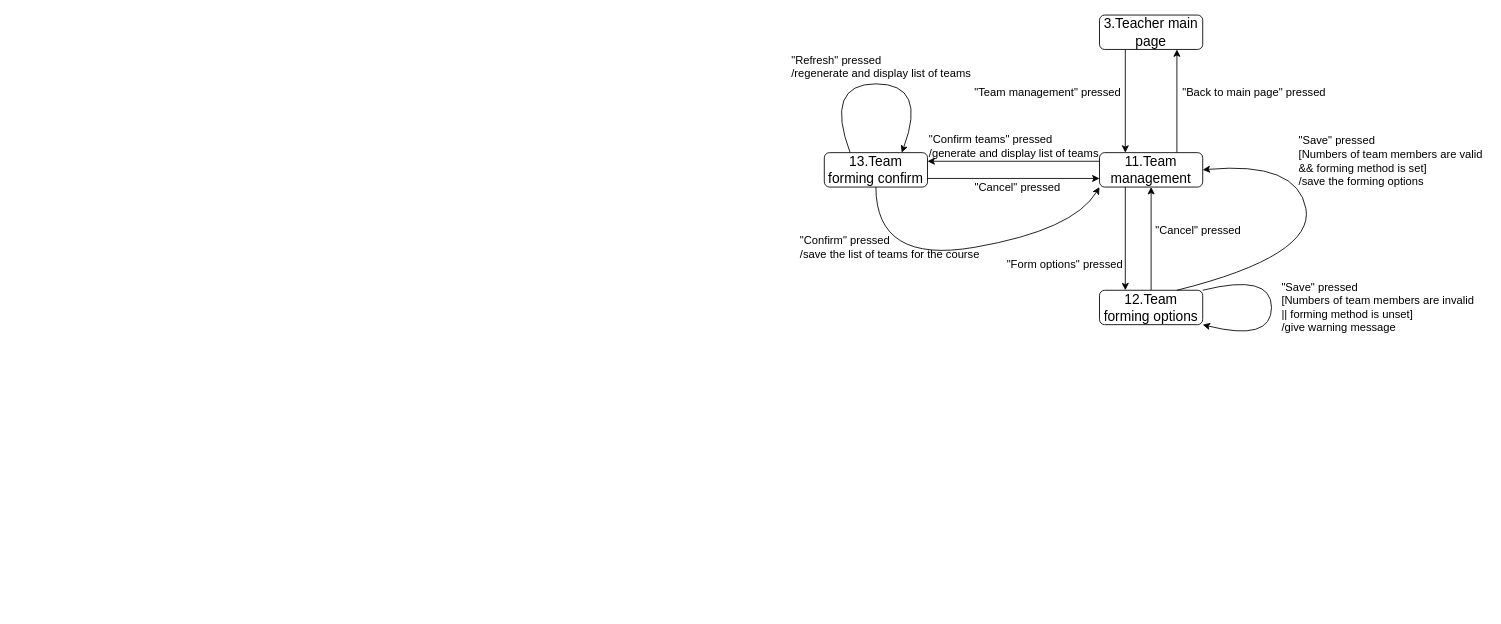
ShyScott/Air keeps this draw.io diagram as Documents/Specifications/Diagrams/3.4_FormTeams.drawio. Above is the earlier version. Source tidied: cells renumbered, new cells numbered last; positions are measured from the earlier drawing's top-left corner, leaving out a move shared by most shapes. Both pictures are drawn from the tidied source at 86%, with x=0, y=0 at pixel (789, 15).
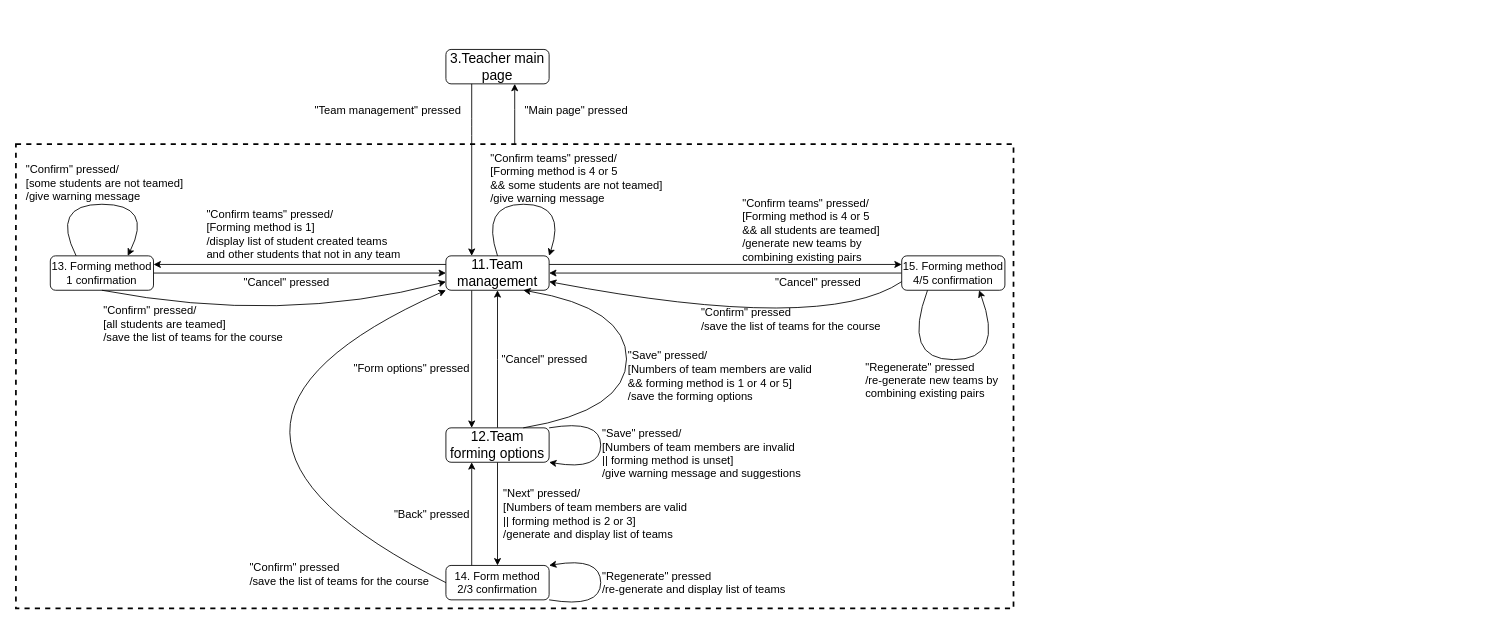
The same page after the edit.

Change to the diagram source:
```diff
@@
-    <mxCell id="2" style="edgeStyle=orthogonalEdgeStyle;rounded=0;jettySize=auto;html=1;exitX=0.25;exitY=1;exitDx=0;exitDy=0;entryX=0.25;entryY=0;entryDx=0;entryDy=0;" parent="1" edge="1" source="3" target="6">
-      <mxGeometry relative="1" as="geometry" />
-    </mxCell>
+    <mxCell id="26" style="rounded=0;whiteSpace=wrap;html=1;align=right;fillColor=none;dashed=1;strokeWidth=2;" parent="1" vertex="1">
+      <mxGeometry x="-900" y="150" width="1160" height="540" as="geometry" />
+    </mxCell>
     <mxCell id="3" value="&lt;font style=&quot;font-size: 16px&quot;&gt;3.Teacher main page&lt;/font&gt;" style="rounded=1;whiteSpace=wrap;html=1;" parent="1" vertex="1">
-      <mxGeometry x="360" width="120" height="40" as="geometry" />
+      <mxGeometry x="-400" y="40" width="120" height="40" as="geometry" />
     </mxCell>
-    <mxCell id="4" style="edgeStyle=orthogonalEdgeStyle;rounded=0;jettySize=auto;html=1;exitX=0.75;exitY=0;exitDx=0;exitDy=0;entryX=0.75;entryY=1;entryDx=0;entryDy=0;" parent="1" edge="1" source="6" target="3">
-      <mxGeometry relative="1" as="geometry" />
+    <mxCell id="4" style="edgeStyle=orthogonalEdgeStyle;rounded=0;jettySize=auto;html=1;" parent="1" edge="1" source="26" target="3">
+      <mxGeometry relative="1" as="geometry">
+        <Array as="points">
+          <mxPoint x="-320" y="110" />
+          <mxPoint x="-320" y="110" />
+        </Array>
+      </mxGeometry>
     </mxCell>
@@
+    <mxCell id="27" style="edgeStyle=orthogonalEdgeStyle;rounded=0;jettySize=auto;html=1;exitX=1;exitY=0.25;exitDx=0;exitDy=0;entryX=0;entryY=0.25;entryDx=0;entryDy=0;" parent="1" edge="1" source="6" target="39">
+      <mxGeometry relative="1" as="geometry" />
+    </mxCell>
     <mxCell id="6" value="&lt;font style=&quot;font-size: 16px&quot;&gt;11.Team management&lt;/font&gt;" style="rounded=1;whiteSpace=wrap;html=1;" parent="1" vertex="1">
-      <mxGeometry x="360" y="160" width="120" height="40" as="geometry" />
+      <mxGeometry x="-400" y="280" width="120" height="40" as="geometry" />
     </mxCell>
-    <mxCell id="7" value="&lt;font style=&quot;font-size: 13px&quot;&gt;&quot;Team management&quot; pressed&lt;/font&gt;" style="text;html=1;strokeColor=none;fillColor=none;align=center;verticalAlign=middle;whiteSpace=wrap;rounded=0;" parent="1" vertex="1">
-      <mxGeometry x="210" y="80" width="180" height="20" as="geometry" />
+    <mxCell id="7" value="&lt;font style=&quot;font-size: 13px&quot;&gt;&quot;Team management&quot; pressed&lt;/font&gt;" style="text;html=1;strokeColor=none;fillColor=none;align=right;verticalAlign=middle;whiteSpace=wrap;rounded=0;" parent="1" vertex="1">
+      <mxGeometry x="-560" y="100" width="180" height="20" as="geometry" />
     </mxCell>
     <mxCell id="8" style="edgeStyle=orthogonalEdgeStyle;rounded=0;jettySize=auto;html=1;exitX=0.5;exitY=0;exitDx=0;exitDy=0;" parent="1" edge="1" source="10">
       <mxGeometry relative="1" as="geometry">
-        <mxPoint x="420" y="200" as="targetPoint" />
+        <mxPoint x="-340" y="320" as="targetPoint" />
       </mxGeometry>
     </mxCell>
@@
+    <mxCell id="28" style="edgeStyle=orthogonalEdgeStyle;rounded=0;jettySize=auto;html=1;exitX=0.5;exitY=1;exitDx=0;exitDy=0;entryX=0.5;entryY=0;entryDx=0;entryDy=0;" parent="1" edge="1" source="10" target="30">
+      <mxGeometry relative="1" as="geometry" />
+    </mxCell>
     <mxCell id="10" value="&lt;span style=&quot;font-size: 16px&quot;&gt;12.Team forming options&lt;/span&gt;" style="rounded=1;whiteSpace=wrap;html=1;" parent="1" vertex="1">
-      <mxGeometry x="360" y="320" width="120" height="40" as="geometry" />
+      <mxGeometry x="-400" y="480" width="120" height="40" as="geometry" />
     </mxCell>
-    <mxCell id="11" value="&lt;span style=&quot;font-size: 13px&quot;&gt;&quot;Form options&quot; pressed&lt;/span&gt;" style="text;html=1;strokeColor=none;fillColor=none;align=center;verticalAlign=middle;whiteSpace=wrap;rounded=0;" parent="1" vertex="1">
-      <mxGeometry x="230" y="280" width="180" height="20" as="geometry" />
+    <mxCell id="11" value="&lt;span style=&quot;font-size: 13px&quot;&gt;&quot;Form options&quot; pressed&lt;/span&gt;" style="text;html=1;strokeColor=none;fillColor=none;align=right;verticalAlign=middle;whiteSpace=wrap;rounded=0;" parent="1" vertex="1">
+      <mxGeometry x="-510" y="400" width="140" height="20" as="geometry" />
     </mxCell>
     <mxCell id="12" style="curved=1;endArrow=classic;html=1;entryX=1;entryY=1;entryDx=0;entryDy=0;exitX=1;exitY=0;exitDx=0;exitDy=0;" parent="1" edge="1" source="10" target="10">
       <mxGeometry relative="1" as="geometry">
         <Array as="points">
-          <mxPoint x="560" y="300" />
-          <mxPoint x="560" y="380" />
+          <mxPoint x="-220" y="470" />
+          <mxPoint x="-220" y="530" />
         </Array>
       </mxGeometry>
     </mxCell>
-    <mxCell id="13" value="&lt;span style=&quot;font-size: 13px&quot;&gt;&quot;Save&quot; pressed&lt;br&gt;[Numbers of team members are invalid || forming method is unset]&lt;br&gt;/give warning message&lt;br&gt;&lt;/span&gt;" style="text;html=1;strokeColor=none;fillColor=none;align=left;verticalAlign=middle;whiteSpace=wrap;rounded=0;" parent="1" vertex="1">
-      <mxGeometry x="570" y="310" width="230" height="60" as="geometry" />
+    <mxCell id="13" value="&lt;span style=&quot;font-size: 13px&quot;&gt;&quot;Save&quot; pressed/&lt;br&gt;[Numbers of team members are invalid&lt;br&gt;|| forming method is unset]&lt;br&gt;/give warning message and suggestions&lt;br&gt;&lt;/span&gt;" style="text;html=1;strokeColor=none;fillColor=none;align=left;verticalAlign=middle;whiteSpace=wrap;rounded=0;" parent="1" vertex="1">
+      <mxGeometry x="-220" y="480" width="240" height="60" as="geometry" />
     </mxCell>
-    <mxCell id="14" style="edgeStyle=orthogonalEdgeStyle;rounded=0;jettySize=auto;html=1;exitX=1;exitY=0.75;exitDx=0;exitDy=0;entryX=0;entryY=0.75;entryDx=0;entryDy=0;" parent="1" edge="1" source="15" target="6">
+    <mxCell id="14" style="edgeStyle=orthogonalEdgeStyle;rounded=0;jettySize=auto;html=1;exitX=1;exitY=0.5;exitDx=0;exitDy=0;entryX=0;entryY=0.5;entryDx=0;entryDy=0;" parent="1" edge="1" source="15" target="6">
       <mxGeometry relative="1" as="geometry" />
     </mxCell>
-    <mxCell id="15" value="&lt;span style=&quot;font-size: 16px&quot;&gt;13.Team forming confirm&lt;/span&gt;" style="rounded=1;whiteSpace=wrap;html=1;" parent="1" vertex="1">
-      <mxGeometry x="40" y="160" width="120" height="40" as="geometry" />
+    <mxCell id="15" value="&lt;font style=&quot;font-size: 13px&quot;&gt;13. Forming method 1 confirmation&lt;/font&gt;" style="rounded=1;whiteSpace=wrap;html=1;" parent="1" vertex="1">
+      <mxGeometry x="-860" y="280" width="120" height="40" as="geometry" />
     </mxCell>
     <mxCell id="16" style="curved=1;endArrow=classic;html=1;entryX=0.75;entryY=0;entryDx=0;entryDy=0;exitX=0.25;exitY=0;exitDx=0;exitDy=0;" parent="1" edge="1" source="15" target="15">
       <mxGeometry relative="1" as="geometry">
         <Array as="points">
-          <mxPoint x="40" y="80" />
-          <mxPoint x="160" y="80" />
+          <mxPoint x="-860" y="220" />
+          <mxPoint x="-740" y="220" />
         </Array>
       </mxGeometry>
     </mxCell>
-    <mxCell id="17" value="&lt;span style=&quot;font-size: 13px&quot;&gt;&quot;Refresh&quot; pressed&lt;br&gt;/regenerate and display list of teams&lt;br&gt;&lt;/span&gt;" style="text;html=1;strokeColor=none;fillColor=none;align=left;verticalAlign=middle;whiteSpace=wrap;rounded=0;" parent="1" vertex="1">
-      <mxGeometry y="40" width="230" height="40" as="geometry" />
-    </mxCell>
-    <mxCell id="18" value="&lt;span style=&quot;font-size: 13px&quot;&gt;&quot;Confirm&quot; pressed&lt;br&gt;/save the list of teams for the course&lt;br&gt;&lt;/span&gt;" style="text;html=1;strokeColor=none;fillColor=none;align=left;verticalAlign=middle;whiteSpace=wrap;rounded=0;" parent="1" vertex="1">
-      <mxGeometry x="10" y="250" width="220" height="40" as="geometry" />
+    <mxCell id="18" value="&lt;span style=&quot;font-size: 13px&quot;&gt;&quot;Confirm&quot; pressed/&lt;br&gt;[all students are teamed]&lt;br&gt;/save the list of teams for the course&lt;br&gt;&lt;/span&gt;" style="text;html=1;strokeColor=none;fillColor=none;align=left;verticalAlign=middle;whiteSpace=wrap;rounded=0;" parent="1" vertex="1">
+      <mxGeometry x="-800" y="334" width="220" height="50" as="geometry" />
     </mxCell>
-    <mxCell id="19" value="&lt;span style=&quot;font-size: 13px&quot;&gt;&quot;Back to main page&quot; pressed&lt;/span&gt;" style="text;html=1;strokeColor=none;fillColor=none;align=center;verticalAlign=middle;whiteSpace=wrap;rounded=0;" parent="1" vertex="1">
-      <mxGeometry x="450" y="80" width="180" height="20" as="geometry" />
+    <mxCell id="19" value="&lt;span style=&quot;font-size: 13px&quot;&gt;&quot;Main page&quot; pressed&lt;/span&gt;" style="text;html=1;strokeColor=none;fillColor=none;align=left;verticalAlign=middle;whiteSpace=wrap;rounded=0;" parent="1" vertex="1">
+      <mxGeometry x="-310" y="100" width="130" height="20" as="geometry" />
     </mxCell>
     <mxCell id="20" value="&lt;span style=&quot;font-size: 13px&quot;&gt;&quot;Cancel&quot; pressed&lt;br&gt;&lt;/span&gt;" style="text;html=1;strokeColor=none;fillColor=none;align=center;verticalAlign=middle;whiteSpace=wrap;rounded=0;" parent="1" vertex="1">
-      <mxGeometry x="420" y="240" width="110" height="20" as="geometry" />
+      <mxGeometry x="-340" y="390" width="110" height="20" as="geometry" />
     </mxCell>
-    <mxCell id="21" style="curved=1;endArrow=classic;html=1;exitX=0.75;exitY=0;exitDx=0;exitDy=0;entryX=1;entryY=0.5;entryDx=0;entryDy=0;" parent="1" edge="1" source="10" target="6">
+    <mxCell id="21" style="curved=1;endArrow=classic;html=1;exitX=0.75;exitY=0;exitDx=0;exitDy=0;entryX=0.75;entryY=1;entryDx=0;entryDy=0;" parent="1" edge="1" source="10" target="6">
       <mxGeometry relative="1" as="geometry">
         <Array as="points">
-          <mxPoint x="610" y="280" />
-          <mxPoint x="590" y="170" />
+          <mxPoint x="-190" y="460" />
+          <mxPoint x="-190" y="340" />
         </Array>
       </mxGeometry>
     </mxCell>
-    <mxCell id="22" value="&lt;span style=&quot;font-size: 13px&quot;&gt;&quot;Save&quot; pressed&lt;br&gt;[Numbers of team members are valid&lt;br&gt;&amp;amp;&amp;amp; forming method is set]&lt;br&gt;/save the forming options&lt;br&gt;&lt;/span&gt;" style="text;html=1;strokeColor=none;fillColor=none;align=left;verticalAlign=middle;whiteSpace=wrap;rounded=0;" parent="1" vertex="1">
-      <mxGeometry x="590" y="140" width="220" height="60" as="geometry" />
+    <mxCell id="22" value="&lt;span style=&quot;font-size: 13px&quot;&gt;&quot;Save&quot; pressed/&lt;br&gt;[Numbers of team members are valid&lt;br&gt;&amp;amp;&amp;amp; forming method is 1 or 4 or 5]&lt;br&gt;/save the forming options&lt;br&gt;&lt;/span&gt;" style="text;html=1;strokeColor=none;fillColor=none;align=left;verticalAlign=middle;whiteSpace=wrap;rounded=0;" parent="1" vertex="1">
+      <mxGeometry x="-190" y="390" width="220" height="60" as="geometry" />
     </mxCell>
     <mxCell id="23" value="&lt;span style=&quot;font-size: 13px&quot;&gt;&quot;Cancel&quot; pressed&lt;br&gt;&lt;/span&gt;" style="text;html=1;strokeColor=none;fillColor=none;align=center;verticalAlign=middle;whiteSpace=wrap;rounded=0;" parent="1" vertex="1">
-      <mxGeometry x="210" y="190" width="110" height="20" as="geometry" />
+      <mxGeometry x="-640" y="300" width="110" height="20" as="geometry" />
     </mxCell>
-    <mxCell id="24" value="&lt;span style=&quot;font-size: 13px&quot;&gt;&quot;Confirm teams&quot; pressed&lt;br&gt;/&lt;/span&gt;&lt;span style=&quot;font-size: 13px;&quot;&gt;generate and display list of teams&lt;/span&gt;&lt;span style=&quot;font-size: 13px&quot;&gt;&lt;br&gt;&lt;/span&gt;" style="text;html=1;strokeColor=none;fillColor=none;align=left;verticalAlign=middle;whiteSpace=wrap;rounded=0;" parent="1" vertex="1">
-      <mxGeometry x="160" y="137" width="210" height="30" as="geometry" />
+    <mxCell id="24" value="&lt;span style=&quot;font-size: 13px&quot;&gt;&quot;Confirm teams&quot; pressed/&lt;br&gt;[Forming method is 1]&lt;br&gt;/&lt;/span&gt;&lt;span style=&quot;font-size: 13px&quot;&gt;display list of student created teams and other students that not in any team&lt;/span&gt;&lt;span style=&quot;font-size: 13px&quot;&gt;&lt;br&gt;&lt;/span&gt;" style="text;html=1;strokeColor=none;fillColor=none;align=left;verticalAlign=middle;whiteSpace=wrap;rounded=0;" parent="1" vertex="1">
+      <mxGeometry x="-680" y="220" width="230" height="70" as="geometry" />
     </mxCell>
-    <mxCell id="25" style="curved=1;endArrow=classic;html=1;entryX=0;entryY=1;entryDx=0;entryDy=0;exitX=0.5;exitY=1;exitDx=0;exitDy=0;" parent="1" edge="1" source="15" target="6">
+    <mxCell id="25" style="curved=1;endArrow=classic;html=1;entryX=0;entryY=0.75;entryDx=0;entryDy=0;exitX=0.5;exitY=1;exitDx=0;exitDy=0;" parent="1" edge="1" source="15" target="6">
       <mxGeometry relative="1" as="geometry">
         <Array as="points">
-          <mxPoint x="100" y="290" />
-          <mxPoint x="330" y="250" />
+          <mxPoint x="-590" y="360" />
         </Array>
       </mxGeometry>
     </mxCell>
+    <mxCell id="29" style="edgeStyle=orthogonalEdgeStyle;rounded=0;jettySize=auto;html=1;exitX=0.25;exitY=0;exitDx=0;exitDy=0;entryX=0.25;entryY=1;entryDx=0;entryDy=0;" parent="1" edge="1" source="30" target="10">
+      <mxGeometry relative="1" as="geometry" />
+    </mxCell>
+    <mxCell id="30" value="&lt;font style=&quot;font-size: 13px&quot;&gt;14. Form method 2/3 confirmation&lt;/font&gt;" style="rounded=1;whiteSpace=wrap;html=1;" parent="1" vertex="1">
+      <mxGeometry x="-400" y="640" width="120" height="40" as="geometry" />
+    </mxCell>
+    <mxCell id="31" value="&lt;span style=&quot;font-size: 13px&quot;&gt;&quot;Next&quot; pressed/&lt;br&gt;[Numbers of team members are valid&lt;br&gt;|| forming method is 2 or 3]&lt;br&gt;/generate and display list of teams&lt;br&gt;&lt;/span&gt;" style="text;html=1;strokeColor=none;fillColor=none;align=left;verticalAlign=middle;whiteSpace=wrap;rounded=0;" parent="1" vertex="1">
+      <mxGeometry x="-335" y="550" width="230" height="60" as="geometry" />
+    </mxCell>
+    <mxCell id="32" value="&lt;span style=&quot;font-size: 13px&quot;&gt;&quot;Back&quot; pressed&lt;/span&gt;" style="text;html=1;strokeColor=none;fillColor=none;align=right;verticalAlign=middle;whiteSpace=wrap;rounded=0;" parent="1" vertex="1">
+      <mxGeometry x="-480" y="570" width="110" height="20" as="geometry" />
+    </mxCell>
+    <mxCell id="33" style="curved=1;endArrow=classic;html=1;entryX=1;entryY=0;entryDx=0;entryDy=0;exitX=1;exitY=1;exitDx=0;exitDy=0;" parent="1" edge="1" source="30" target="30">
+      <mxGeometry relative="1" as="geometry">
+        <Array as="points">
+          <mxPoint x="-220" y="690" />
+          <mxPoint x="-220" y="630" />
+        </Array>
+      </mxGeometry>
+    </mxCell>
+    <mxCell id="34" value="&lt;span style=&quot;font-size: 13px&quot;&gt;&quot;Regenerate&quot; pressed&lt;br&gt;/re-generate and display list of teams&lt;br&gt;&lt;/span&gt;" style="text;html=1;strokeColor=none;fillColor=none;align=left;verticalAlign=middle;whiteSpace=wrap;rounded=0;" parent="1" vertex="1">
+      <mxGeometry x="-220" y="640" width="230" height="40" as="geometry" />
+    </mxCell>
+    <mxCell id="35" style="curved=1;endArrow=classic;html=1;entryX=0;entryY=1;entryDx=0;entryDy=0;exitX=0;exitY=0.5;exitDx=0;exitDy=0;" parent="1" edge="1" source="30" target="6">
+      <mxGeometry relative="1" as="geometry">
+        <Array as="points">
+          <mxPoint x="-760" y="480" />
+        </Array>
+      </mxGeometry>
+    </mxCell>
+    <mxCell id="36" value="&lt;span style=&quot;font-size: 13px&quot;&gt;&quot;Confirm&quot; pressed&lt;br&gt;/save the list of teams for the course&lt;br&gt;&lt;/span&gt;" style="text;html=1;strokeColor=none;fillColor=none;align=left;verticalAlign=middle;whiteSpace=wrap;rounded=0;" parent="1" vertex="1">
+      <mxGeometry x="-630" y="630" width="220" height="40" as="geometry" />
+    </mxCell>
+    <mxCell id="37" value="&lt;span style=&quot;font-size: 13px&quot;&gt;&quot;Confirm&quot; pressed/&lt;br&gt;[some students are not teamed]&lt;br&gt;/give warning message&lt;br&gt;&lt;/span&gt;" style="text;html=1;strokeColor=none;fillColor=none;align=left;verticalAlign=middle;whiteSpace=wrap;rounded=0;" parent="1" vertex="1">
+      <mxGeometry x="-890" y="170" width="200" height="50" as="geometry" />
+    </mxCell>
+    <mxCell id="38" style="edgeStyle=orthogonalEdgeStyle;rounded=0;jettySize=auto;html=1;exitX=0;exitY=0.5;exitDx=0;exitDy=0;entryX=1;entryY=0.5;entryDx=0;entryDy=0;" parent="1" edge="1" source="39" target="6">
+      <mxGeometry relative="1" as="geometry" />
+    </mxCell>
+    <mxCell id="39" value="&lt;font style=&quot;font-size: 13px&quot;&gt;15. Forming method 4/5 confirmation&lt;/font&gt;" style="rounded=1;whiteSpace=wrap;html=1;" parent="1" vertex="1">
+      <mxGeometry x="130" y="280" width="120" height="40" as="geometry" />
+    </mxCell>
+    <mxCell id="40" value="&lt;span style=&quot;font-size: 13px&quot;&gt;&quot;Confirm teams&quot; pressed/&lt;br&gt;[Forming method is 4 or 5&lt;br&gt;&amp;amp;&amp;amp; all students are teamed]&lt;br&gt;/generate new teams by combining existing pairs&lt;/span&gt;&lt;span style=&quot;font-size: 13px&quot;&gt;&lt;br&gt;&lt;/span&gt;" style="text;html=1;strokeColor=none;fillColor=none;align=left;verticalAlign=middle;whiteSpace=wrap;rounded=0;" parent="1" vertex="1">
+      <mxGeometry x="-57.5" y="210.7" width="180" height="79.3" as="geometry" />
+    </mxCell>
+    <mxCell id="41" style="curved=1;endArrow=classic;html=1;exitX=0.5;exitY=0;exitDx=0;exitDy=0;entryX=1;entryY=0;entryDx=0;entryDy=0;" parent="1" edge="1" source="6" target="6">
+      <mxGeometry relative="1" as="geometry">
+        <Array as="points">
+          <mxPoint x="-360" y="220" />
+          <mxPoint x="-260" y="220" />
+        </Array>
+      </mxGeometry>
+    </mxCell>
+    <mxCell id="42" value="&lt;span style=&quot;font-size: 13px&quot;&gt;&quot;Confirm teams&quot; pressed/&lt;br&gt;[Forming method is 4 or 5&lt;br&gt;&amp;amp;&amp;amp; some students are not teamed]&lt;br&gt;&lt;/span&gt;&lt;span style=&quot;font-size: 13px&quot;&gt;/give warning message&lt;br&gt;&lt;/span&gt;" style="text;html=1;strokeColor=none;fillColor=none;align=left;verticalAlign=middle;whiteSpace=wrap;rounded=0;" parent="1" vertex="1">
+      <mxGeometry x="-350" y="160.7" width="215" height="59.3" as="geometry" />
+    </mxCell>
+    <mxCell id="43" value="&lt;span style=&quot;font-size: 13px&quot;&gt;&quot;Cancel&quot; pressed&lt;br&gt;&lt;/span&gt;" style="text;html=1;strokeColor=none;fillColor=none;align=center;verticalAlign=middle;whiteSpace=wrap;rounded=0;" parent="1" vertex="1">
+      <mxGeometry x="-22.5" y="300" width="110" height="20" as="geometry" />
+    </mxCell>
+    <mxCell id="44" style="curved=1;endArrow=classic;html=1;entryX=1;entryY=0.75;entryDx=0;entryDy=0;exitX=0;exitY=0.75;exitDx=0;exitDy=0;" parent="1" edge="1" source="39" target="6">
+      <mxGeometry relative="1" as="geometry">
+        <Array as="points">
+          <mxPoint x="40" y="370.7" />
+        </Array>
+      </mxGeometry>
+    </mxCell>
+    <mxCell id="45" value="&lt;span style=&quot;font-size: 13px&quot;&gt;&quot;Confirm&quot; pressed&lt;br&gt;/save the list of teams for the course&lt;br&gt;&lt;/span&gt;" style="text;html=1;strokeColor=none;fillColor=none;align=left;verticalAlign=middle;whiteSpace=wrap;rounded=0;" parent="1" vertex="1">
+      <mxGeometry x="-105" y="334" width="220" height="40" as="geometry" />
+    </mxCell>
+    <mxCell id="46" style="curved=1;endArrow=classic;html=1;entryX=0.75;entryY=1;entryDx=0;entryDy=0;exitX=0.25;exitY=1;exitDx=0;exitDy=0;" parent="1" edge="1" source="39" target="39">
+      <mxGeometry relative="1" as="geometry">
+        <Array as="points">
+          <mxPoint x="130" y="400.7" />
+          <mxPoint x="250" y="400.7" />
+        </Array>
+      </mxGeometry>
+    </mxCell>
+    <mxCell id="47" value="&lt;span style=&quot;font-size: 13px&quot;&gt;&quot;Regenerate&quot; pressed&lt;br&gt;/re-&lt;/span&gt;&lt;span style=&quot;font-size: 13px&quot;&gt;generate new teams by combining existing pairs&lt;/span&gt;&lt;span style=&quot;font-size: 13px&quot;&gt;&lt;br&gt;&lt;/span&gt;" style="text;html=1;strokeColor=none;fillColor=none;align=left;verticalAlign=middle;whiteSpace=wrap;rounded=0;" parent="1" vertex="1">
+      <mxGeometry x="86.2" y="400" width="163.8" height="50.7" as="geometry" />
+    </mxCell>
+    <mxCell id="2" style="endArrow=classic;html=1;edgeStyle=elbowEdgeStyle;" parent="1" edge="1" source="3" target="6">
+      <mxGeometry relative="1" as="geometry">
+        <Array as="points">
+          <mxPoint x="-370" y="130" />
+          <mxPoint x="-370" y="110" />
+          <mxPoint x="-330" y="90" />
+          <mxPoint x="-320" y="90" />
+          <mxPoint x="-330" y="100" />
+        </Array>
+      </mxGeometry>
+    </mxCell>
```
